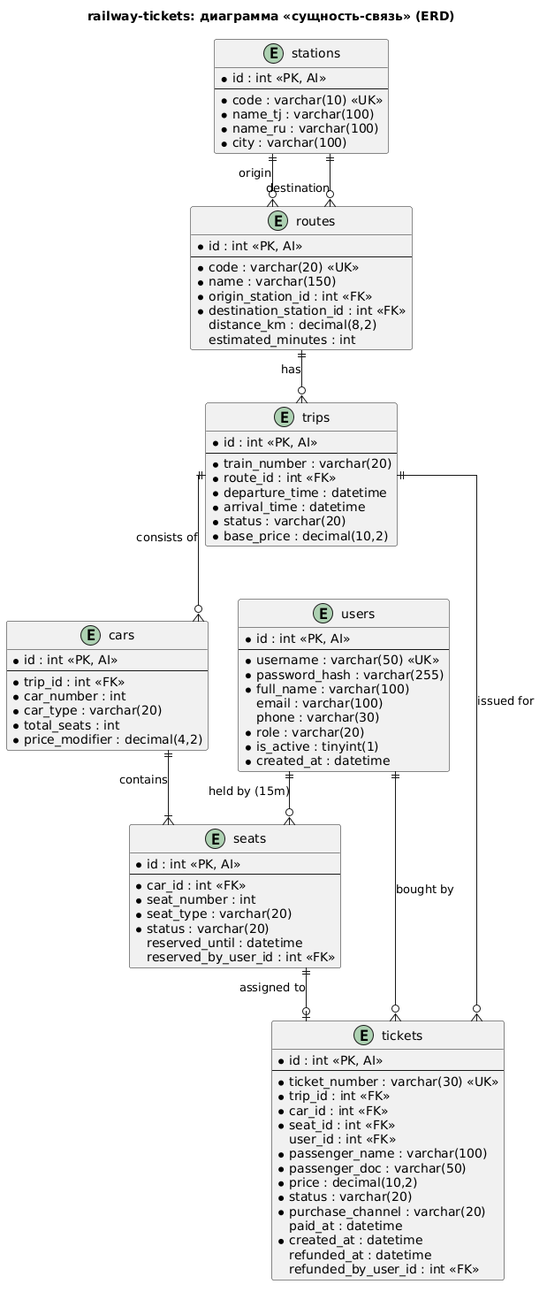
YorzodaMansur/train-tickets keeps this PlantUML diagram as docs/06-er-diagrama/er-diagram.png. Above is the earlier version. The source it was exported from:
```plantuml
@startuml
title railway-tickets: диаграмма «сущность-связь» (ERD)
skinparam linetype ortho

entity "users" as users {
    *id : int <<PK, AI>>
    --
    *username : varchar(50) <<UK>>
    *password_hash : varchar(255)
    *full_name : varchar(100)
    email : varchar(100)
    phone : varchar(30)
    *role : varchar(20)
    *is_active : tinyint(1)
    *created_at : datetime
}

entity "stations" as stations {
    *id : int <<PK, AI>>
    --
    *code : varchar(10) <<UK>>
    *name_tj : varchar(100)
    *name_ru : varchar(100)
    *city : varchar(100)
}

entity "routes" as routes {
    *id : int <<PK, AI>>
    --
    *code : varchar(20) <<UK>>
    *name : varchar(150)
    *origin_station_id : int <<FK>>
    *destination_station_id : int <<FK>>
    distance_km : decimal(8,2)
    estimated_minutes : int
}

entity "trips" as trips {
    *id : int <<PK, AI>>
    --
    *train_number : varchar(20)
    *route_id : int <<FK>>
    *departure_time : datetime
    *arrival_time : datetime
    *status : varchar(20)
    *base_price : decimal(10,2)
}

entity "cars" as cars {
    *id : int <<PK, AI>>
    --
    *trip_id : int <<FK>>
    *car_number : int
    *car_type : varchar(20)
    *total_seats : int
    *price_modifier : decimal(4,2)
}

entity "seats" as seats {
    *id : int <<PK, AI>>
    --
    *car_id : int <<FK>>
    *seat_number : int
    *seat_type : varchar(20)
    *status : varchar(20)
    reserved_until : datetime
    reserved_by_user_id : int <<FK>>
}

entity "tickets" as tickets {
    *id : int <<PK, AI>>
    --
    *ticket_number : varchar(30) <<UK>>
    *trip_id : int <<FK>>
    *car_id : int <<FK>>
    *seat_id : int <<FK>>
    user_id : int <<FK>>
    *passenger_name : varchar(100)
    *passenger_doc : varchar(50)
    *price : decimal(10,2)
    *status : varchar(20)
    *purchase_channel : varchar(20)
    paid_at : datetime
    *created_at : datetime
    refunded_at : datetime
    refunded_by_user_id : int <<FK>>
}

stations ||--o{ routes : "origin"
stations ||--o{ routes : "destination"
routes ||--o{ trips : "has"
trips ||--o{ cars : "consists of"
cars ||--|{ seats : "contains"
seats ||--o| tickets : "assigned to"
trips ||--o{ tickets : "issued for"
users ||--o{ tickets : "bought by"
users ||--o{ seats : "held by (15m)"
@enduml
```
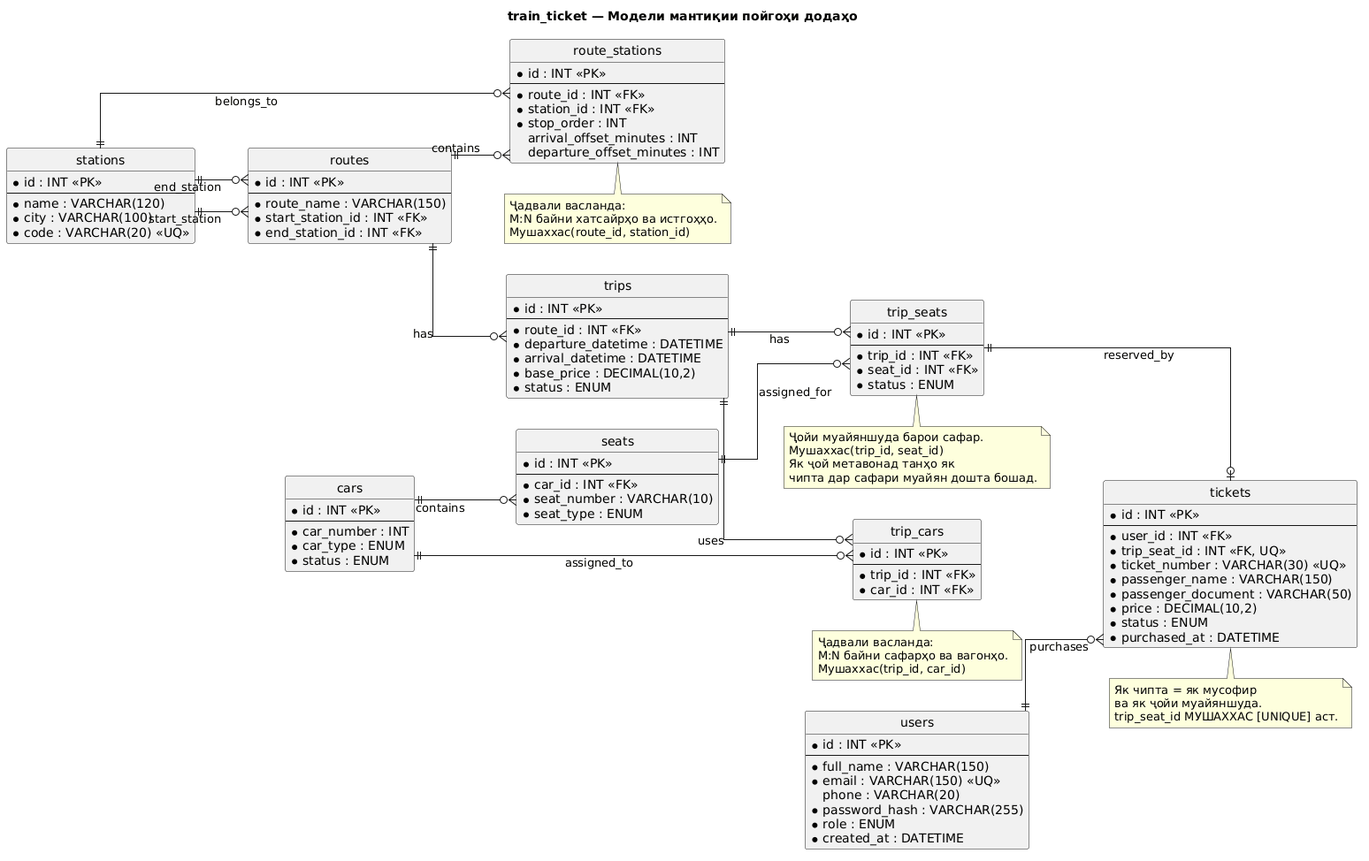
After the change.

The edit, as a diff of the source:
```diff
@@ -1,98 +1,151 @@
 @startuml
-title railway-tickets: диаграмма «сущность-связь» (ERD)
+title train_ticket — Модели мантиқии пойгоҳи додаҳо
+
+hide circle
 skinparam linetype ortho
+skinparam entity {
+  BackgroundColor #F8F9FA
+  BorderColor #34495E
+}
+left to right direction
 
-entity "users" as users {
-    *id : int <<PK, AI>>
-    --
-    *username : varchar(50) <<UK>>
-    *password_hash : varchar(255)
-    *full_name : varchar(100)
-    email : varchar(100)
-    phone : varchar(30)
-    *role : varchar(20)
-    *is_active : tinyint(1)
-    *created_at : datetime
+entity users {
+  * id : INT <<PK>>
+  --
+  * full_name : VARCHAR(150)
+  * email : VARCHAR(150) <<UQ>>
+  phone : VARCHAR(20)
+  * password_hash : VARCHAR(255)
+  * role : ENUM
+  * created_at : DATETIME
 }
 
-entity "stations" as stations {
-    *id : int <<PK, AI>>
-    --
-    *code : varchar(10) <<UK>>
-    *name_tj : varchar(100)
-    *name_ru : varchar(100)
-    *city : varchar(100)
+entity stations {
+  * id : INT <<PK>>
+  --
+  * name : VARCHAR(120)
+  * city : VARCHAR(100)
+  * code : VARCHAR(20) <<UQ>>
 }
 
-entity "routes" as routes {
-    *id : int <<PK, AI>>
-    --
-    *code : varchar(20) <<UK>>
-    *name : varchar(150)
-    *origin_station_id : int <<FK>>
-    *destination_station_id : int <<FK>>
-    distance_km : decimal(8,2)
-    estimated_minutes : int
+entity routes {
+  * id : INT <<PK>>
+  --
+  * route_name : VARCHAR(150)
+  * start_station_id : INT <<FK>>
+  * end_station_id : INT <<FK>>
 }
 
-entity "trips" as trips {
-    *id : int <<PK, AI>>
-    --
-    *train_number : varchar(20)
-    *route_id : int <<FK>>
-    *departure_time : datetime
-    *arrival_time : datetime
-    *status : varchar(20)
-    *base_price : decimal(10,2)
+entity route_stations {
+  * id : INT <<PK>>
+  --
+  * route_id : INT <<FK>>
+  * station_id : INT <<FK>>
+  * stop_order : INT
+  arrival_offset_minutes : INT
+  departure_offset_minutes : INT
 }
 
-entity "cars" as cars {
-    *id : int <<PK, AI>>
-    --
-    *trip_id : int <<FK>>
-    *car_number : int
-    *car_type : varchar(20)
-    *total_seats : int
-    *price_modifier : decimal(4,2)
+entity trips {
+  * id : INT <<PK>>
+  --
+  * route_id : INT <<FK>>
+  * departure_datetime : DATETIME
+  * arrival_datetime : DATETIME
+  * base_price : DECIMAL(10,2)
+  * status : ENUM
 }
 
-entity "seats" as seats {
-    *id : int <<PK, AI>>
-    --
-    *car_id : int <<FK>>
-    *seat_number : int
-    *seat_type : varchar(20)
-    *status : varchar(20)
-    reserved_until : datetime
-    reserved_by_user_id : int <<FK>>
+entity cars {
+  * id : INT <<PK>>
+  --
+  * car_number : INT
+  * car_type : ENUM
+  * status : ENUM
 }
 
-entity "tickets" as tickets {
-    *id : int <<PK, AI>>
-    --
-    *ticket_number : varchar(30) <<UK>>
-    *trip_id : int <<FK>>
-    *car_id : int <<FK>>
-    *seat_id : int <<FK>>
-    user_id : int <<FK>>
-    *passenger_name : varchar(100)
-    *passenger_doc : varchar(50)
-    *price : decimal(10,2)
-    *status : varchar(20)
-    *purchase_channel : varchar(20)
-    paid_at : datetime
-    *created_at : datetime
-    refunded_at : datetime
-    refunded_by_user_id : int <<FK>>
+entity trip_cars {
+  * id : INT <<PK>>
+  --
+  * trip_id : INT <<FK>>
+  * car_id : INT <<FK>>
 }
 
-stations ||--o{ routes : "origin"
-stations ||--o{ routes : "destination"
-routes ||--o{ trips : "has"
-trips ||--o{ cars : "consists of"
-cars ||--|{ seats : "contains"
-seats ||--o| tickets : "assigned to"
-trips ||--o{ tickets : "issued for"
-users ||--o{ tickets : "bought by"
-users ||--o{ seats : "held by (15m)"
+entity seats {
+  * id : INT <<PK>>
+  --
+  * car_id : INT <<FK>>
+  * seat_number : VARCHAR(10)
+  * seat_type : ENUM
+}
+
+entity trip_seats {
+  * id : INT <<PK>>
+  --
+  * trip_id : INT <<FK>>
+  * seat_id : INT <<FK>>
+  * status : ENUM
+}
+
+entity tickets {
+  * id : INT <<PK>>
+  --
+  * user_id : INT <<FK>>
+  * trip_seat_id : INT <<FK, UQ>>
+  * ticket_number : VARCHAR(30) <<UQ>>
+  * passenger_name : VARCHAR(150)
+  * passenger_document : VARCHAR(50)
+  * price : DECIMAL(10,2)
+  * status : ENUM
+  * purchased_at : DATETIME
+}
+
+
+stations ||--o{ routes : start_station
+stations ||--o{ routes : end_station
+
+routes ||--o{ trips : has
+
+cars ||--o{ seats : contains
+
+users ||--o{ tickets : purchases
+
+
+routes ||--o{ route_stations : contains
+stations ||--o{ route_stations : belongs_to
+
+trips ||--o{ trip_cars : uses
+cars ||--o{ trip_cars : assigned_to
+
+
+trips ||--o{ trip_seats : has
+seats ||--o{ trip_seats : assigned_for
+
+
+trip_seats ||--o| tickets : reserved_by
+
+note bottom of route_stations
+  Ҷадвали васланда:
+  M:N байни хатсайрҳо ва истгоҳҳо.
+  Мушаххас(route_id, station_id)
+end note
+
+note bottom of trip_cars
+  Ҷадвали васланда:
+  M:N байни сафарҳо ва вагонҳо.
+  Мушаххас(trip_id, car_id)
+end note
+
+note bottom of trip_seats
+  Ҷойи муайяншуда барои сафар.
+  Мушаххас(trip_id, seat_id)
+  Як ҷой метавонад танҳо як
+  чипта дар сафари муайян дошта бошад.
+end note
+
+note bottom of tickets
+  Як чипта = як мусофир
+  ва як ҷойи муайяншуда.
+  trip_seat_id МУШАХХАС [UNIQUE] аст.
+end note
 @enduml
```
